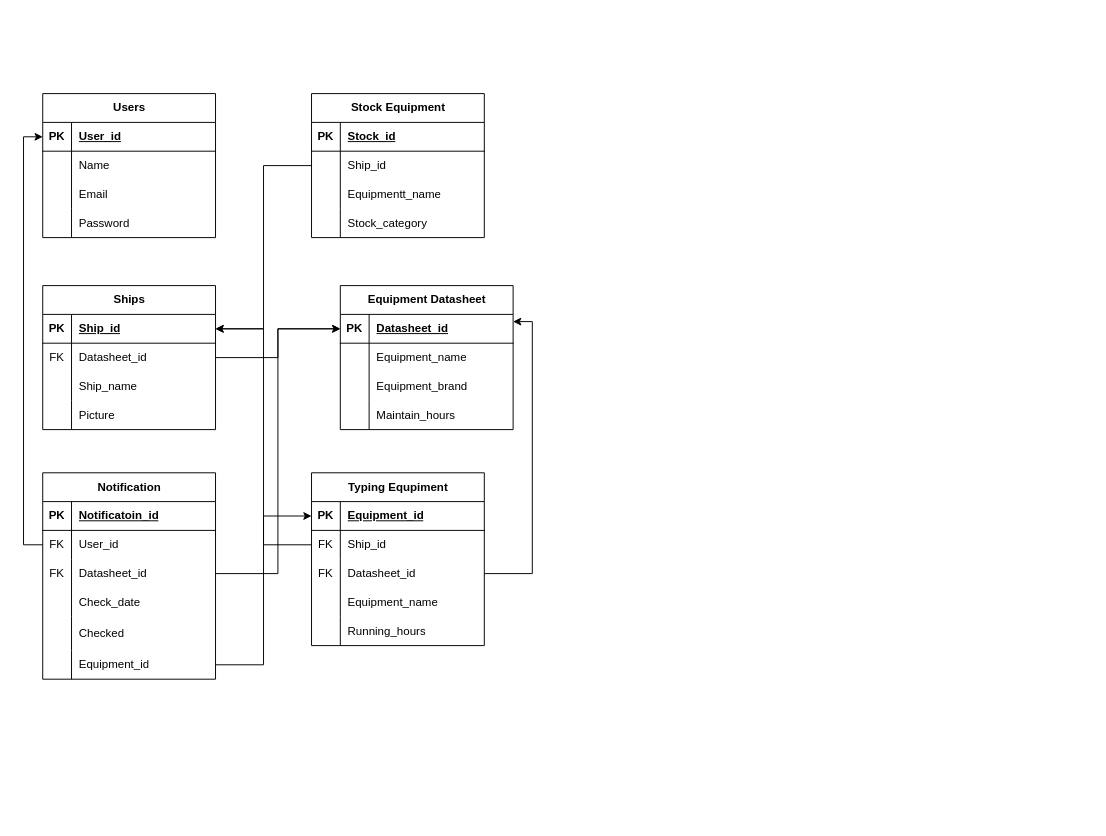
Earlier version of the draw.io diagram src/Assets/Untitled Diagram.drawio (BateraGames/ais-monitoring). Source tidied: cells renumbered, new cells numbered last; positions are measured from the earlier drawing's top-left corner, leaving out a move shared by most shapes. Both pictures are drawn from the tidied source at 96%, with x=0, y=0 at pixel (42, 93).
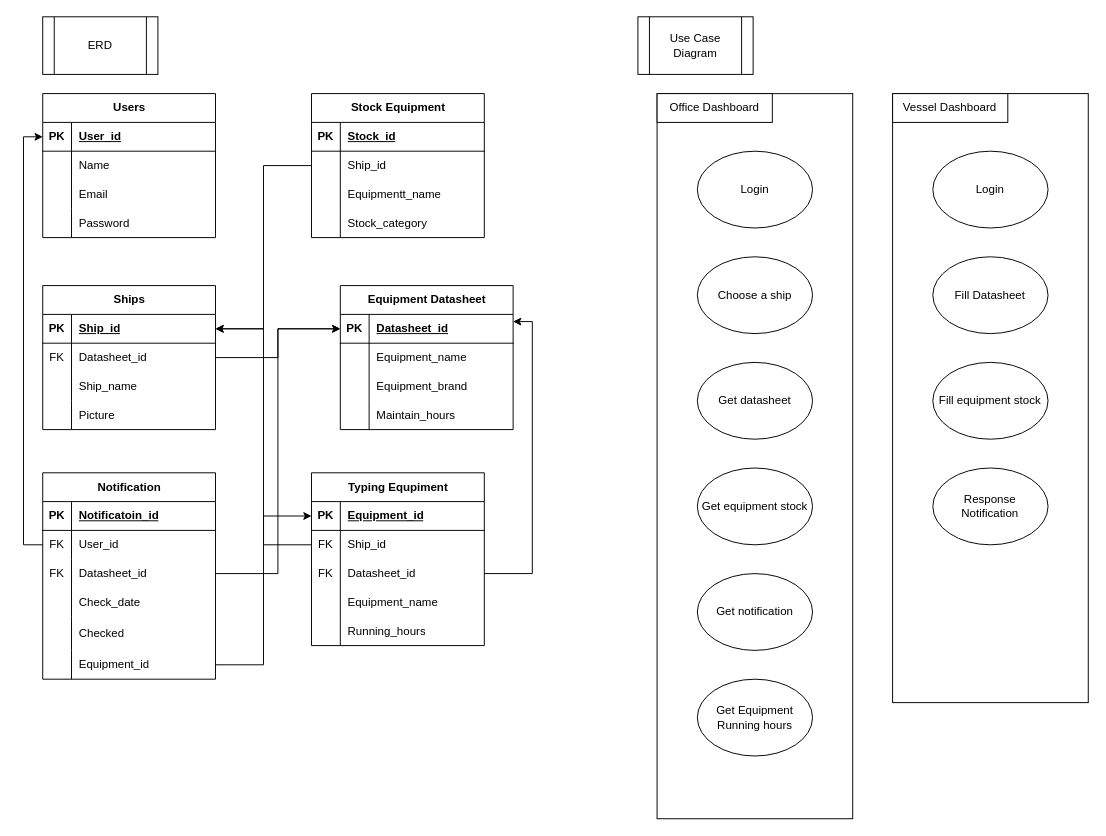
The same diagram, later.

Change to the diagram source:
```diff
@@
+    <mxCell id="96" style="rounded=0;whiteSpace=wrap;html=1;rotation=90;" parent="1" vertex="1">
+      <mxGeometry x="364.2" y="275.8" width="755.3" height="203.8" as="geometry" />
+    </mxCell>
@@
+    <mxCell id="97" value="ERD" style="shape=process;whiteSpace=wrap;html=1;backgroundOutline=1;" parent="1" vertex="1">
+      <mxGeometry y="-80" width="120" height="60" as="geometry" />
+    </mxCell>
+    <mxCell id="98" value="Use Case Diagram" style="shape=process;whiteSpace=wrap;html=1;backgroundOutline=1;" parent="1" vertex="1">
+      <mxGeometry x="620" y="-80" width="120" height="60" as="geometry" />
+    </mxCell>
+    <mxCell id="99" value="Login" style="ellipse;whiteSpace=wrap;html=1;" parent="1" vertex="1">
+      <mxGeometry x="681.9" y="60" width="120" height="80" as="geometry" />
+    </mxCell>
+    <mxCell id="100" value="Choose a ship&lt;br&gt;" style="ellipse;whiteSpace=wrap;html=1;" parent="1" vertex="1">
+      <mxGeometry x="681.9" y="170" width="120" height="80" as="geometry" />
+    </mxCell>
+    <mxCell id="101" value="Get datasheet" style="ellipse;whiteSpace=wrap;html=1;" parent="1" vertex="1">
+      <mxGeometry x="681.9" y="280" width="120" height="80" as="geometry" />
+    </mxCell>
+    <mxCell id="102" value="Get notification" style="ellipse;whiteSpace=wrap;html=1;" parent="1" vertex="1">
+      <mxGeometry x="681.9" y="500" width="120" height="80" as="geometry" />
+    </mxCell>
+    <mxCell id="103" value="Get equipment stock" style="ellipse;whiteSpace=wrap;html=1;" parent="1" vertex="1">
+      <mxGeometry x="681.9" y="390" width="120" height="80" as="geometry" />
+    </mxCell>
+    <mxCell id="104" value="Office Dashboard" style="rounded=0;whiteSpace=wrap;html=1;" parent="1" vertex="1">
+      <mxGeometry x="640" width="120" height="30" as="geometry" />
+    </mxCell>
+    <mxCell id="105" style="rounded=0;whiteSpace=wrap;html=1;rotation=90;" parent="1" vertex="1">
+      <mxGeometry x="670" y="215.3" width="634.4" height="203.8" as="geometry" />
+    </mxCell>
+    <mxCell id="106" value="Login" style="ellipse;whiteSpace=wrap;html=1;" parent="1" vertex="1">
+      <mxGeometry x="927.2" y="60" width="120" height="80" as="geometry" />
+    </mxCell>
+    <mxCell id="107" value="Fill Datasheet" style="ellipse;whiteSpace=wrap;html=1;" parent="1" vertex="1">
+      <mxGeometry x="927.2" y="170" width="120" height="80" as="geometry" />
+    </mxCell>
+    <mxCell id="108" value="Fill equipment stock" style="ellipse;whiteSpace=wrap;html=1;" parent="1" vertex="1">
+      <mxGeometry x="927.2" y="280" width="120" height="80" as="geometry" />
+    </mxCell>
+    <mxCell id="109" value="Response&lt;br&gt;Notification" style="ellipse;whiteSpace=wrap;html=1;" parent="1" vertex="1">
+      <mxGeometry x="927.2" y="390" width="120" height="80" as="geometry" />
+    </mxCell>
+    <mxCell id="110" value="Vessel Dashboard" style="rounded=0;whiteSpace=wrap;html=1;" parent="1" vertex="1">
+      <mxGeometry x="885.3" width="120" height="30" as="geometry" />
+    </mxCell>
+    <mxCell id="111" value="Get Equipment Running hours" style="ellipse;whiteSpace=wrap;html=1;" parent="1" vertex="1">
+      <mxGeometry x="681.9" y="610" width="120" height="80" as="geometry" />
+    </mxCell>
```
